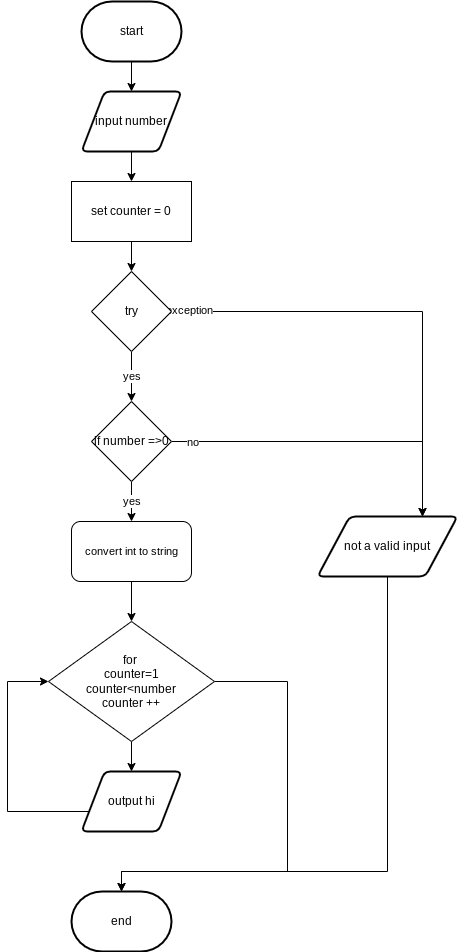
This is flow.png from devin-jhu/ICS3U-Assignment5-Python, a draw.io export, as it was before one commit. Source tidied: cells renumbered, new cells last; positions are measured from the earlier drawing's top-left corner, leaving out a move shared by most shapes. Its diagram source:
```xml
<mxGraphModel>
  <root>
    <mxCell id="0" />
    <mxCell id="1" parent="0" />
    <mxCell id="2" style="edgeStyle=none;html=1;exitX=0.5;exitY=1;exitDx=0;exitDy=0;exitPerimeter=0;entryX=0.5;entryY=0;entryDx=0;entryDy=0;" parent="1" edge="1" source="3" target="5">
      <mxGeometry relative="1" as="geometry" />
    </mxCell>
    <mxCell id="3" value="start" style="strokeWidth=2;html=1;shape=mxgraph.flowchart.terminator;whiteSpace=wrap;" parent="1" vertex="1">
      <mxGeometry x="74" width="100" height="60" as="geometry" />
    </mxCell>
    <mxCell id="4" style="edgeStyle=none;html=1;exitX=0.5;exitY=1;exitDx=0;exitDy=0;" parent="1" edge="1" source="5" target="13">
      <mxGeometry relative="1" as="geometry" />
    </mxCell>
    <mxCell id="5" value="input number" style="shape=parallelogram;html=1;strokeWidth=2;perimeter=parallelogramPerimeter;whiteSpace=wrap;rounded=1;arcSize=12;size=0.23;" parent="1" vertex="1">
      <mxGeometry x="74" y="90" width="100" height="60" as="geometry" />
    </mxCell>
    <mxCell id="6" style="edgeStyle=orthogonalEdgeStyle;shape=connector;rounded=0;html=1;exitX=0;exitY=0.5;exitDx=0;exitDy=0;entryX=0;entryY=0.5;entryDx=0;entryDy=0;labelBackgroundColor=default;fontFamily=Helvetica;fontSize=11;fontColor=default;endArrow=classic;strokeColor=default;" parent="1" edge="1" source="7" target="11">
      <mxGeometry relative="1" as="geometry">
        <Array as="points">
          <mxPoint y="810" />
          <mxPoint y="680" />
        </Array>
      </mxGeometry>
    </mxCell>
    <mxCell id="7" value="output hi" style="shape=parallelogram;html=1;strokeWidth=2;perimeter=parallelogramPerimeter;whiteSpace=wrap;rounded=1;arcSize=12;size=0.23;" parent="1" vertex="1">
      <mxGeometry x="74" y="770" width="100" height="60" as="geometry" />
    </mxCell>
    <mxCell id="8" value="end" style="strokeWidth=2;html=1;shape=mxgraph.flowchart.terminator;whiteSpace=wrap;" parent="1" vertex="1">
      <mxGeometry x="64" y="890" width="100" height="60" as="geometry" />
    </mxCell>
    <mxCell id="9" style="edgeStyle=orthogonalEdgeStyle;shape=connector;rounded=0;html=1;exitX=1;exitY=0.5;exitDx=0;exitDy=0;labelBackgroundColor=default;fontFamily=Helvetica;fontSize=11;fontColor=default;endArrow=classic;strokeColor=default;entryX=0.5;entryY=0;entryDx=0;entryDy=0;entryPerimeter=0;" parent="1" edge="1" source="11" target="8">
      <mxGeometry relative="1" as="geometry">
        <Array as="points">
          <mxPoint x="280" y="680" />
          <mxPoint x="280" y="870" />
          <mxPoint x="114" y="870" />
        </Array>
      </mxGeometry>
    </mxCell>
    <mxCell id="10" style="edgeStyle=none;html=1;exitX=0.5;exitY=1;exitDx=0;exitDy=0;entryX=0.5;entryY=0;entryDx=0;entryDy=0;" parent="1" edge="1" source="11" target="7">
      <mxGeometry relative="1" as="geometry" />
    </mxCell>
    <mxCell id="11" value="for&amp;nbsp;&lt;br&gt;counter=1&lt;br&gt;counter&amp;lt;number&lt;br&gt;counter ++" style="rhombus;whiteSpace=wrap;html=1;" parent="1" vertex="1">
      <mxGeometry x="41" y="620" width="166" height="120" as="geometry" />
    </mxCell>
    <mxCell id="12" style="edgeStyle=none;html=1;exitX=0.5;exitY=1;exitDx=0;exitDy=0;entryX=0.5;entryY=0;entryDx=0;entryDy=0;" parent="1" edge="1" source="13">
      <mxGeometry relative="1" as="geometry">
        <mxPoint x="124" y="270" as="targetPoint" />
      </mxGeometry>
    </mxCell>
    <mxCell id="13" value="set counter = 0" style="rounded=0;whiteSpace=wrap;html=1;" parent="1" vertex="1">
      <mxGeometry x="64" y="180" width="120" height="60" as="geometry" />
    </mxCell>
    <mxCell id="14" style="edgeStyle=orthogonalEdgeStyle;shape=connector;rounded=0;html=1;exitX=0.5;exitY=1;exitDx=0;exitDy=0;entryX=0.5;entryY=0;entryDx=0;entryDy=0;entryPerimeter=0;labelBackgroundColor=default;fontFamily=Helvetica;fontSize=11;fontColor=default;endArrow=classic;strokeColor=default;" parent="1" edge="1" source="15" target="8">
      <mxGeometry relative="1" as="geometry">
        <Array as="points">
          <mxPoint x="380" y="870" />
          <mxPoint x="114" y="870" />
        </Array>
      </mxGeometry>
    </mxCell>
    <mxCell id="15" value="not a valid input" style="shape=parallelogram;html=1;strokeWidth=2;perimeter=parallelogramPerimeter;whiteSpace=wrap;rounded=1;arcSize=12;size=0.23;" parent="1" vertex="1">
      <mxGeometry x="310" y="515" width="140" height="60" as="geometry" />
    </mxCell>
    <mxCell id="16" value="yes" style="edgeStyle=orthogonalEdgeStyle;shape=connector;rounded=0;html=1;exitX=0.5;exitY=1;exitDx=0;exitDy=0;entryX=0.5;entryY=0;entryDx=0;entryDy=0;labelBackgroundColor=default;fontFamily=Helvetica;fontSize=11;fontColor=default;endArrow=classic;strokeColor=default;" parent="1" edge="1" source="19" target="23">
      <mxGeometry relative="1" as="geometry" />
    </mxCell>
    <mxCell id="17" style="edgeStyle=orthogonalEdgeStyle;shape=connector;rounded=0;html=1;exitX=1;exitY=0.5;exitDx=0;exitDy=0;entryX=0.75;entryY=0;entryDx=0;entryDy=0;labelBackgroundColor=default;fontFamily=Helvetica;fontSize=11;fontColor=default;endArrow=classic;strokeColor=default;" parent="1" edge="1" source="19" target="15">
      <mxGeometry relative="1" as="geometry" />
    </mxCell>
    <mxCell id="18" value="exception" style="edgeLabel;html=1;align=center;verticalAlign=middle;fontSize=11;fontFamily=Helvetica;fontColor=default;" parent="17" vertex="1">
      <mxGeometry x="-0.93" y="2" relative="1" as="geometry" />
    </mxCell>
    <mxCell id="19" value="try" style="rhombus;whiteSpace=wrap;html=1;" parent="1" vertex="1">
      <mxGeometry x="84" y="270" width="80" height="80" as="geometry" />
    </mxCell>
    <mxCell id="20" value="yes" style="edgeStyle=orthogonalEdgeStyle;shape=connector;rounded=0;html=1;exitX=0.5;exitY=1;exitDx=0;exitDy=0;labelBackgroundColor=default;fontFamily=Helvetica;fontSize=11;fontColor=default;endArrow=classic;strokeColor=default;" parent="1" edge="1" source="23" target="25">
      <mxGeometry relative="1" as="geometry" />
    </mxCell>
    <mxCell id="21" style="edgeStyle=orthogonalEdgeStyle;shape=connector;rounded=0;html=1;exitX=1;exitY=0.5;exitDx=0;exitDy=0;entryX=0.75;entryY=0;entryDx=0;entryDy=0;labelBackgroundColor=default;fontFamily=Helvetica;fontSize=11;fontColor=default;endArrow=classic;strokeColor=default;" parent="1" edge="1" source="23" target="15">
      <mxGeometry relative="1" as="geometry" />
    </mxCell>
    <mxCell id="22" value="no" style="edgeLabel;html=1;align=center;verticalAlign=middle;fontSize=11;fontFamily=Helvetica;fontColor=default;" parent="21" vertex="1">
      <mxGeometry x="-0.88" relative="1" as="geometry" />
    </mxCell>
    <mxCell id="23" value="if number =&amp;gt;0" style="rhombus;whiteSpace=wrap;html=1;" parent="1" vertex="1">
      <mxGeometry x="84" y="400" width="80" height="80" as="geometry" />
    </mxCell>
    <mxCell id="24" style="edgeStyle=orthogonalEdgeStyle;shape=connector;rounded=0;html=1;exitX=0.5;exitY=1;exitDx=0;exitDy=0;entryX=0.5;entryY=0;entryDx=0;entryDy=0;labelBackgroundColor=default;fontFamily=Helvetica;fontSize=11;fontColor=default;endArrow=classic;strokeColor=default;" parent="1" edge="1" source="25" target="11">
      <mxGeometry relative="1" as="geometry" />
    </mxCell>
    <mxCell id="25" value="convert int to string" style="rounded=1;whiteSpace=wrap;html=1;fontFamily=Helvetica;fontSize=11;fontColor=default;" parent="1" vertex="1">
      <mxGeometry x="64" y="520" width="120" height="60" as="geometry" />
    </mxCell>
  </root>
</mxGraphModel>
```
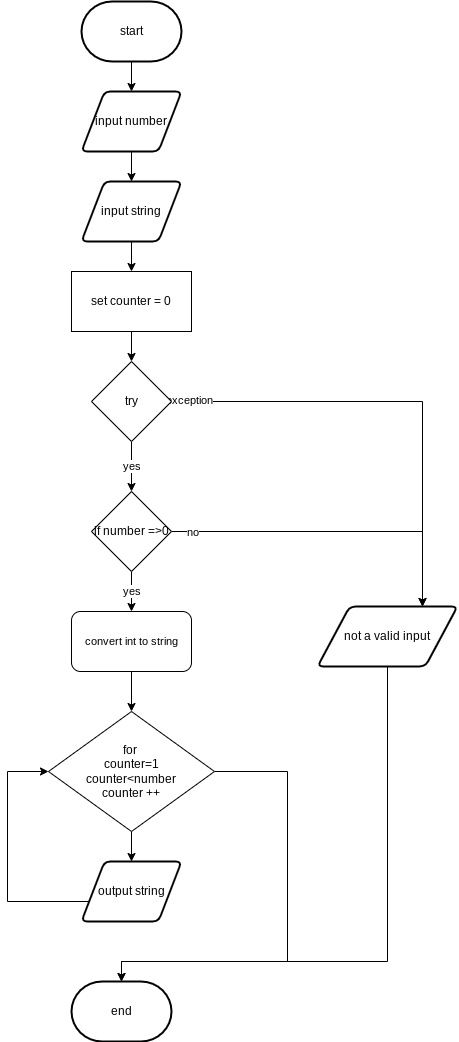
Later version of the same file.

The edit, as a diff of the source:
```diff
@@ -6,13 +6,13 @@
       <mxGeometry relative="1" as="geometry" />
     </mxCell>
     <mxCell id="3" value="start" style="strokeWidth=2;html=1;shape=mxgraph.flowchart.terminator;whiteSpace=wrap;" parent="1" vertex="1">
-      <mxGeometry x="74" width="100" height="60" as="geometry" />
+      <mxGeometry x="74" y="-90" width="100" height="60" as="geometry" />
     </mxCell>
-    <mxCell id="4" style="edgeStyle=none;html=1;exitX=0.5;exitY=1;exitDx=0;exitDy=0;" parent="1" edge="1" source="5" target="13">
-      <mxGeometry relative="1" as="geometry" />
-    </mxCell>
+    <mxCell id="26" style="edgeStyle=none;html=1;exitX=0.5;exitY=1;exitDx=0;exitDy=0;entryX=0.5;entryY=0;entryDx=0;entryDy=0;" parent="1" edge="1" source="5" target="28">
+      <mxGeometry relative="1" as="geometry" />
+    </mxCell>
     <mxCell id="5" value="input number" style="shape=parallelogram;html=1;strokeWidth=2;perimeter=parallelogramPerimeter;whiteSpace=wrap;rounded=1;arcSize=12;size=0.23;" parent="1" vertex="1">
-      <mxGeometry x="74" y="90" width="100" height="60" as="geometry" />
+      <mxGeometry x="74" width="100" height="60" as="geometry" />
     </mxCell>
     <mxCell id="6" style="edgeStyle=orthogonalEdgeStyle;shape=connector;rounded=0;html=1;exitX=0;exitY=0.5;exitDx=0;exitDy=0;entryX=0;entryY=0.5;entryDx=0;entryDy=0;labelBackgroundColor=default;fontFamily=Helvetica;fontSize=11;fontColor=default;endArrow=classic;strokeColor=default;" parent="1" edge="1" source="7" target="11">
       <mxGeometry relative="1" as="geometry">
@@ -22,7 +22,7 @@
         </Array>
       </mxGeometry>
     </mxCell>
-    <mxCell id="7" value="output hi" style="shape=parallelogram;html=1;strokeWidth=2;perimeter=parallelogramPerimeter;whiteSpace=wrap;rounded=1;arcSize=12;size=0.23;" parent="1" vertex="1">
+    <mxCell id="7" value="output string" style="shape=parallelogram;html=1;strokeWidth=2;perimeter=parallelogramPerimeter;whiteSpace=wrap;rounded=1;arcSize=12;size=0.23;" parent="1" vertex="1">
       <mxGeometry x="74" y="770" width="100" height="60" as="geometry" />
     </mxCell>
     <mxCell id="8" value="end" style="strokeWidth=2;html=1;shape=mxgraph.flowchart.terminator;whiteSpace=wrap;" parent="1" vertex="1">
@@ -92,5 +92,11 @@
     <mxCell id="25" value="convert int to string" style="rounded=1;whiteSpace=wrap;html=1;fontFamily=Helvetica;fontSize=11;fontColor=default;" parent="1" vertex="1">
       <mxGeometry x="64" y="520" width="120" height="60" as="geometry" />
     </mxCell>
+    <mxCell id="27" style="edgeStyle=none;html=1;exitX=0.5;exitY=1;exitDx=0;exitDy=0;" parent="1" edge="1" source="28" target="13">
+      <mxGeometry relative="1" as="geometry" />
+    </mxCell>
+    <mxCell id="28" value="input string" style="shape=parallelogram;html=1;strokeWidth=2;perimeter=parallelogramPerimeter;whiteSpace=wrap;rounded=1;arcSize=12;size=0.23;" parent="1" vertex="1">
+      <mxGeometry x="74" y="90" width="100" height="60" as="geometry" />
+    </mxCell>
   </root>
 </mxGraphModel>
```
